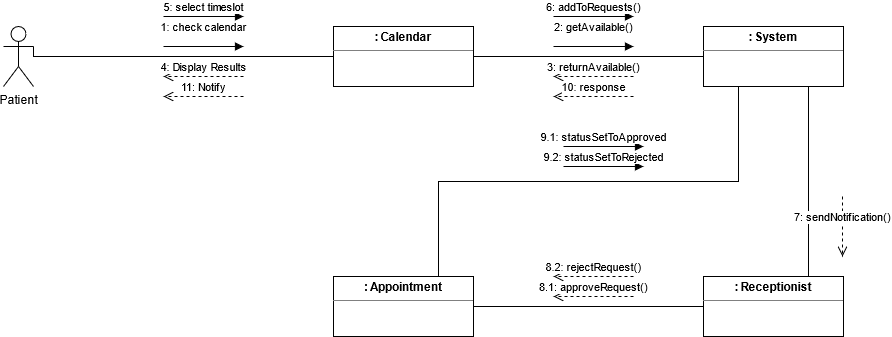
This is Diagrams/Collaboration Diagrams/COLLAB_2.1_3.8_BookAppointment_ManageRequests.png from aligori/DevsCreed, a draw.io export, as it was before one commit. Source tidied: cells renumbered, new cells last; positions are measured from the earlier drawing's top-left corner, leaving out a move shared by most shapes. Source of this version:
```xml
<mxGraphModel>
  <root>
    <mxCell id="0" />
    <mxCell id="1" parent="0" />
    <mxCell id="2" style="edgeStyle=orthogonalEdgeStyle;rounded=0;jettySize=auto;html=1;exitX=1;exitY=0.5;exitDx=0;exitDy=0;entryX=0;entryY=0.5;entryDx=0;entryDy=0;endArrow=none;endFill=0;" parent="1" edge="1" source="3" target="7">
      <mxGeometry relative="1" as="geometry" />
    </mxCell>
    <mxCell id="3" value="&lt;p style=&quot;margin: 0px ; margin-top: 4px ; text-align: center&quot;&gt;&lt;b&gt;: Calendar&lt;br&gt;&lt;/b&gt;&lt;/p&gt;&lt;hr size=&quot;1&quot;&gt;&lt;div style=&quot;height: 2px&quot; align=&quot;center&quot;&gt;&lt;br&gt;&lt;/div&gt;" style="verticalAlign=top;align=left;overflow=fill;fontSize=12;fontFamily=Helvetica;html=1;" parent="1" vertex="1">
      <mxGeometry x="330" y="10" width="140" height="60" as="geometry" />
    </mxCell>
    <mxCell id="4" style="edgeStyle=orthogonalEdgeStyle;rounded=0;jettySize=auto;html=1;exitX=1;exitY=0.3333333333333333;exitDx=0;exitDy=0;exitPerimeter=0;entryX=0;entryY=0.5;entryDx=0;entryDy=0;endArrow=none;endFill=0;" parent="1" edge="1" source="5" target="3">
      <mxGeometry relative="1" as="geometry">
        <Array as="points">
          <mxPoint x="30" y="40" />
        </Array>
      </mxGeometry>
    </mxCell>
    <mxCell id="5" value="Patient" style="shape=umlActor;verticalLabelPosition=bottom;verticalAlign=top;html=1;" parent="1" vertex="1">
      <mxGeometry y="10" width="30" height="60" as="geometry" />
    </mxCell>
    <mxCell id="6" style="edgeStyle=orthogonalEdgeStyle;rounded=0;jettySize=auto;html=1;exitX=0.75;exitY=1;exitDx=0;exitDy=0;entryX=0.75;entryY=0;entryDx=0;entryDy=0;endArrow=none;endFill=0;" parent="1" edge="1" source="7" target="12">
      <mxGeometry relative="1" as="geometry">
        <Array as="points">
          <mxPoint x="805" y="230" />
          <mxPoint x="805" y="230" />
        </Array>
      </mxGeometry>
    </mxCell>
    <mxCell id="7" value="&lt;p style=&quot;margin: 0px ; margin-top: 4px ; text-align: center&quot;&gt;&lt;b&gt;: System&lt;br&gt;&lt;/b&gt;&lt;/p&gt;&lt;hr size=&quot;1&quot;&gt;&lt;div style=&quot;height: 2px&quot; align=&quot;center&quot;&gt;&lt;br&gt;&lt;/div&gt;" style="verticalAlign=top;align=left;overflow=fill;fontSize=12;fontFamily=Helvetica;html=1;" parent="1" vertex="1">
      <mxGeometry x="700" y="10" width="140" height="60" as="geometry" />
    </mxCell>
    <mxCell id="8" value="2: getAvailable() " style="html=1;verticalAlign=bottom;endArrow=block;" parent="1" edge="1">
      <mxGeometry y="10" relative="1" as="geometry">
        <mxPoint x="550" y="30" as="sourcePoint" />
        <mxPoint x="630" y="30" as="targetPoint" />
      </mxGeometry>
    </mxCell>
    <mxCell id="9" style="edgeStyle=orthogonalEdgeStyle;rounded=0;jettySize=auto;html=1;exitX=0.75;exitY=0;exitDx=0;exitDy=0;entryX=0.25;entryY=1;entryDx=0;entryDy=0;endArrow=none;endFill=0;" parent="1" edge="1" source="10" target="7">
      <mxGeometry relative="1" as="geometry" />
    </mxCell>
    <mxCell id="10" value="&lt;p style=&quot;margin: 0px ; margin-top: 4px ; text-align: center&quot;&gt;&lt;b&gt;: Appointment&lt;/b&gt;&lt;br&gt;&lt;/p&gt;&lt;hr size=&quot;1&quot;&gt;&lt;div style=&quot;height: 2px&quot;&gt;&lt;/div&gt;" style="verticalAlign=top;align=left;overflow=fill;fontSize=12;fontFamily=Helvetica;html=1;" parent="1" vertex="1">
      <mxGeometry x="330" y="260" width="140" height="60" as="geometry" />
    </mxCell>
    <mxCell id="11" style="edgeStyle=orthogonalEdgeStyle;rounded=0;jettySize=auto;html=1;exitX=0;exitY=0.5;exitDx=0;exitDy=0;entryX=1;entryY=0.5;entryDx=0;entryDy=0;endArrow=none;endFill=0;" parent="1" edge="1" source="12" target="10">
      <mxGeometry relative="1" as="geometry" />
    </mxCell>
    <mxCell id="12" value="&lt;p style=&quot;margin: 0px ; margin-top: 4px ; text-align: center&quot;&gt;&lt;b&gt;: Receptionist&lt;/b&gt;&lt;br&gt;&lt;/p&gt;&lt;hr size=&quot;1&quot;&gt;&lt;div style=&quot;height: 2px&quot;&gt;&lt;/div&gt;" style="verticalAlign=top;align=left;overflow=fill;fontSize=12;fontFamily=Helvetica;html=1;" parent="1" vertex="1">
      <mxGeometry x="700" y="260" width="140" height="60" as="geometry" />
    </mxCell>
    <mxCell id="13" value="3: returnAvailable()" style="html=1;verticalAlign=bottom;endArrow=open;dashed=1;endSize=8;" parent="1" edge="1">
      <mxGeometry relative="1" as="geometry">
        <mxPoint x="630" y="60" as="sourcePoint" />
        <mxPoint x="550" y="60" as="targetPoint" />
      </mxGeometry>
    </mxCell>
    <mxCell id="14" value="1: check calendar " style="html=1;verticalAlign=bottom;endArrow=block;" parent="1" edge="1">
      <mxGeometry y="10" relative="1" as="geometry">
        <mxPoint x="160" y="30" as="sourcePoint" />
        <mxPoint x="240" y="30" as="targetPoint" />
      </mxGeometry>
    </mxCell>
    <mxCell id="15" value="4: Display Results" style="html=1;verticalAlign=bottom;endArrow=open;dashed=1;endSize=8;" parent="1" edge="1">
      <mxGeometry relative="1" as="geometry">
        <mxPoint x="240" y="60" as="sourcePoint" />
        <mxPoint x="160" y="60" as="targetPoint" />
      </mxGeometry>
    </mxCell>
    <mxCell id="16" value="5: select timeslot" style="html=1;verticalAlign=bottom;endArrow=block;" parent="1" edge="1">
      <mxGeometry relative="1" as="geometry">
        <mxPoint x="160" as="sourcePoint" />
        <mxPoint x="240" as="targetPoint" />
      </mxGeometry>
    </mxCell>
    <mxCell id="17" value="6: addToRequests()" style="html=1;verticalAlign=bottom;endArrow=block;" parent="1" edge="1">
      <mxGeometry relative="1" as="geometry">
        <mxPoint x="550" as="sourcePoint" />
        <mxPoint x="630" as="targetPoint" />
      </mxGeometry>
    </mxCell>
    <mxCell id="18" value="7: sendNotification()" style="html=1;verticalAlign=bottom;endArrow=open;dashed=1;endSize=8;" parent="1" edge="1">
      <mxGeometry relative="1" as="geometry">
        <mxPoint x="839" y="180" as="sourcePoint" />
        <mxPoint x="839" y="240" as="targetPoint" />
      </mxGeometry>
    </mxCell>
    <mxCell id="19" value="8.1: approveRequest()" style="html=1;verticalAlign=bottom;endArrow=open;dashed=1;endSize=8;" parent="1" edge="1">
      <mxGeometry relative="1" as="geometry">
        <mxPoint x="630" y="280" as="sourcePoint" />
        <mxPoint x="550" y="280" as="targetPoint" />
      </mxGeometry>
    </mxCell>
    <mxCell id="20" value="8.2: rejectRequest()" style="html=1;verticalAlign=bottom;endArrow=open;dashed=1;endSize=8;" parent="1" edge="1">
      <mxGeometry relative="1" as="geometry">
        <mxPoint x="630" y="260" as="sourcePoint" />
        <mxPoint x="550" y="260" as="targetPoint" />
      </mxGeometry>
    </mxCell>
    <mxCell id="21" value="9.1: statusSetToApproved" style="html=1;verticalAlign=bottom;endArrow=block;" parent="1" edge="1">
      <mxGeometry relative="1" as="geometry">
        <mxPoint x="560" y="130" as="sourcePoint" />
        <mxPoint x="640" y="130" as="targetPoint" />
      </mxGeometry>
    </mxCell>
    <mxCell id="22" value="9.2: statusSetToRejected" style="html=1;verticalAlign=bottom;endArrow=block;" parent="1" edge="1">
      <mxGeometry relative="1" as="geometry">
        <mxPoint x="560" y="150" as="sourcePoint" />
        <mxPoint x="640" y="150" as="targetPoint" />
      </mxGeometry>
    </mxCell>
    <mxCell id="23" value="10: response" style="html=1;verticalAlign=bottom;endArrow=open;dashed=1;endSize=8;" parent="1" edge="1">
      <mxGeometry relative="1" as="geometry">
        <mxPoint x="630" y="80" as="sourcePoint" />
        <mxPoint x="550" y="80" as="targetPoint" />
      </mxGeometry>
    </mxCell>
    <mxCell id="24" value="11: Notify" style="html=1;verticalAlign=bottom;endArrow=open;dashed=1;endSize=8;" parent="1" edge="1">
      <mxGeometry relative="1" as="geometry">
        <mxPoint x="240" y="80" as="sourcePoint" />
        <mxPoint x="160" y="80" as="targetPoint" />
      </mxGeometry>
    </mxCell>
  </root>
</mxGraphModel>
```
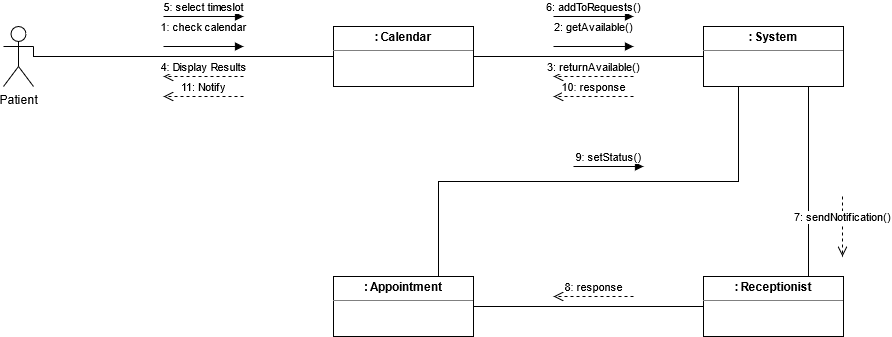
The same diagram one commit later.

What changed in the source:
```diff
@@ -83,30 +83,15 @@
         <mxPoint x="839" y="240" as="targetPoint" />
       </mxGeometry>
     </mxCell>
-    <mxCell id="19" value="8.1: approveRequest()" style="html=1;verticalAlign=bottom;endArrow=open;dashed=1;endSize=8;" parent="1" edge="1">
-      <mxGeometry relative="1" as="geometry">
-        <mxPoint x="630" y="280" as="sourcePoint" />
-        <mxPoint x="550" y="280" as="targetPoint" />
-      </mxGeometry>
-    </mxCell>
-    <mxCell id="20" value="8.2: rejectRequest()" style="html=1;verticalAlign=bottom;endArrow=open;dashed=1;endSize=8;" parent="1" edge="1">
-      <mxGeometry relative="1" as="geometry">
-        <mxPoint x="630" y="260" as="sourcePoint" />
-        <mxPoint x="550" y="260" as="targetPoint" />
-      </mxGeometry>
-    </mxCell>
-    <mxCell id="21" value="9.1: statusSetToApproved" style="html=1;verticalAlign=bottom;endArrow=block;" parent="1" edge="1">
+    <mxCell id="21" value="9: setStatus()" style="html=1;verticalAlign=bottom;endArrow=block;" parent="1" edge="1">
       <mxGeometry relative="1" as="geometry">
-        <mxPoint x="560" y="130" as="sourcePoint" />
-        <mxPoint x="640" y="130" as="targetPoint" />
+        <mxPoint x="570" y="150" as="sourcePoint" />
+        <mxPoint x="640" y="150" as="targetPoint" />
+        <Array as="points">
+          <mxPoint x="600" y="150" />
+        </Array>
       </mxGeometry>
     </mxCell>
-    <mxCell id="22" value="9.2: statusSetToRejected" style="html=1;verticalAlign=bottom;endArrow=block;" parent="1" edge="1">
-      <mxGeometry relative="1" as="geometry">
-        <mxPoint x="560" y="150" as="sourcePoint" />
-        <mxPoint x="640" y="150" as="targetPoint" />
-      </mxGeometry>
-    </mxCell>
     <mxCell id="23" value="10: response" style="html=1;verticalAlign=bottom;endArrow=open;dashed=1;endSize=8;" parent="1" edge="1">
       <mxGeometry relative="1" as="geometry">
         <mxPoint x="630" y="80" as="sourcePoint" />
@@ -119,5 +104,11 @@
         <mxPoint x="160" y="80" as="targetPoint" />
       </mxGeometry>
     </mxCell>
+    <mxCell id="25" value="8: response" style="html=1;verticalAlign=bottom;endArrow=open;dashed=1;endSize=8;" parent="1" edge="1">
+      <mxGeometry relative="1" as="geometry">
+        <mxPoint x="630" y="280" as="sourcePoint" />
+        <mxPoint x="550" y="280" as="targetPoint" />
+      </mxGeometry>
+    </mxCell>
   </root>
 </mxGraphModel>
```
